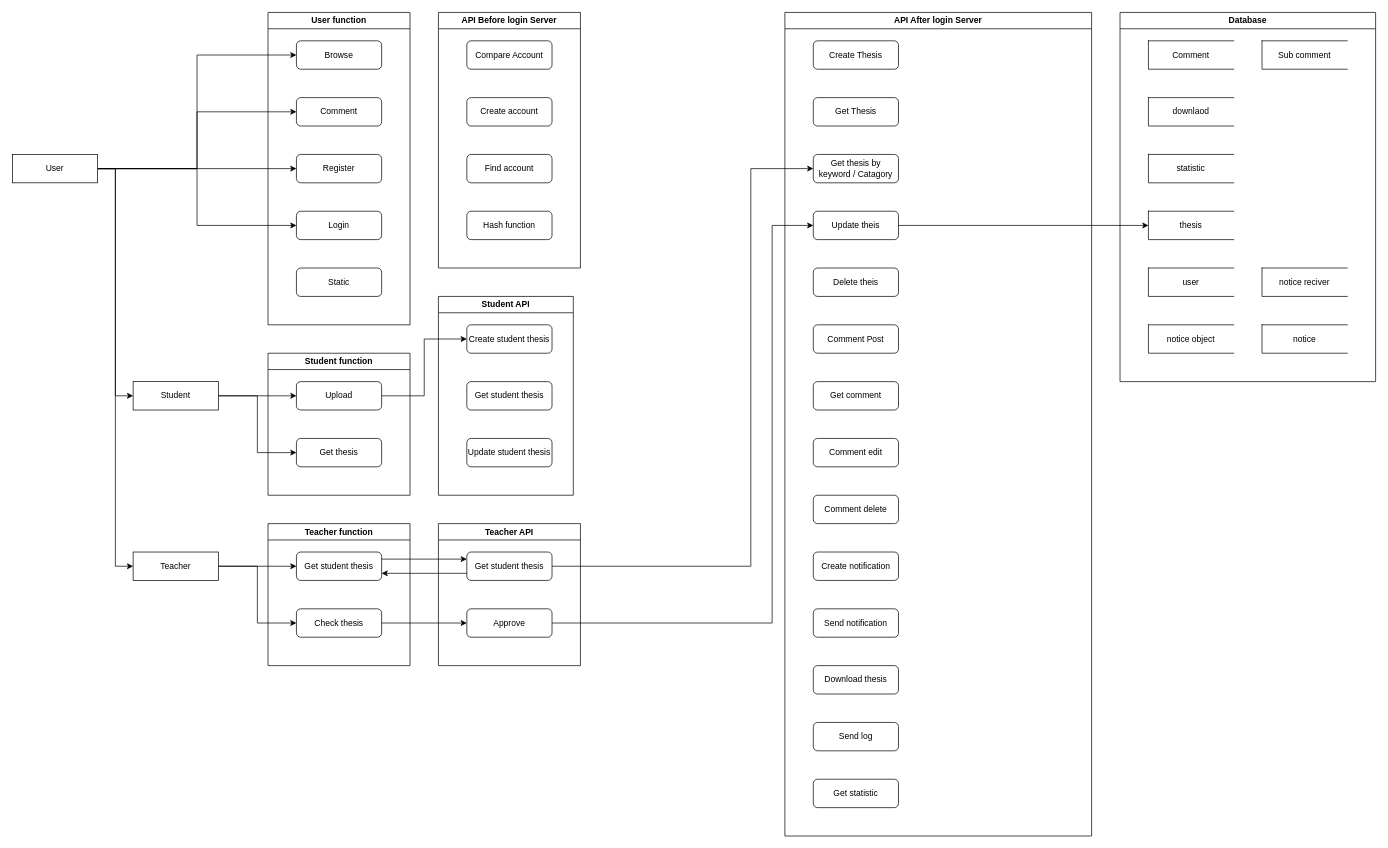
Above: Dfd-thesis-project.drawio in Dibkk/diagram-thesis (draw.io), before the change. Source tidied: cells renumbered, new cells numbered last; positions are measured from the earlier drawing's top-left corner, leaving out a move shared by most shapes. Both pictures are drawn from the tidied source at 71%, with x=0, y=0 at pixel (12, 12).
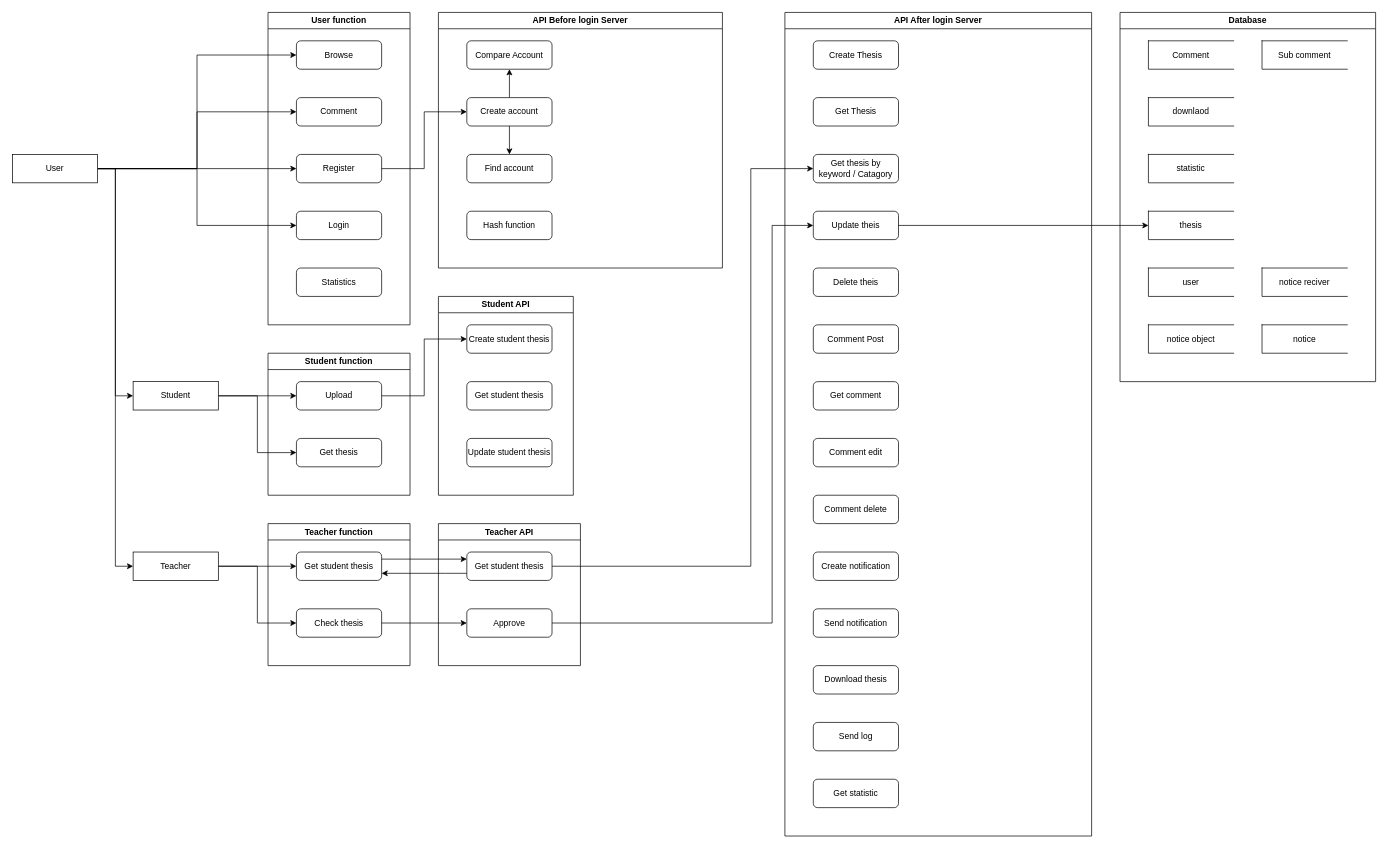
Above is the later version.

Unchanged cells that the change refers to:
```xml
<mxCell id="6" value="Register" style="rounded=1;whiteSpace=wrap;html=1;" parent="2" vertex="1">
  <mxGeometry x="40" y="200" width="120" height="40" as="geometry" />
</mxCell>
<mxCell id="8" value="Compare Account" style="rounded=1;whiteSpace=wrap;html=1;" parent="7" vertex="1">
  <mxGeometry x="40" y="40" width="120" height="40" as="geometry" />
</mxCell>
<mxCell id="9" value="Create account" style="rounded=1;whiteSpace=wrap;html=1;" parent="7" vertex="1">
  <mxGeometry x="40" y="120" width="120" height="40" as="geometry" />
</mxCell>
<mxCell id="10" value="Find account" style="rounded=1;whiteSpace=wrap;html=1;" parent="7" vertex="1">
  <mxGeometry x="40" y="200" width="120" height="40" as="geometry" />
</mxCell>
```

Diff of the diagram source:
```diff
@@
     <mxCell id="7" value="API Before login Server" style="swimlane;whiteSpace=wrap;html=1;" parent="1" vertex="1">
-      <mxGeometry x="600" width="200" height="360" as="geometry" />
+      <mxGeometry x="600" width="400" height="360" as="geometry" />
     </mxCell>
@@
+    <mxCell id="71" style="edgeStyle=orthogonalEdgeStyle;rounded=0;jettySize=auto;html=1;" parent="7" edge="1" source="9" target="10">
+      <mxGeometry relative="1" as="geometry" />
+    </mxCell>
+    <mxCell id="72" style="edgeStyle=orthogonalEdgeStyle;rounded=0;jettySize=auto;html=1;entryX=0.5;entryY=1;entryDx=0;entryDy=0;" parent="7" edge="1" source="9" target="8">
+      <mxGeometry relative="1" as="geometry" />
+    </mxCell>
@@
-    <mxCell id="50" value="Static" style="rounded=1;whiteSpace=wrap;html=1;" parent="1" vertex="1">
+    <mxCell id="50" value="Statistics" style="rounded=1;whiteSpace=wrap;html=1;" parent="1" vertex="1">
       <mxGeometry x="400" y="360" width="120" height="40" as="geometry" />
     </mxCell>
@@
+    <mxCell id="73" style="edgeStyle=orthogonalEdgeStyle;rounded=0;jettySize=auto;html=1;entryX=0;entryY=0.5;entryDx=0;entryDy=0;" parent="1" edge="1" source="6" target="9">
+      <mxGeometry relative="1" as="geometry" />
+    </mxCell>
```
